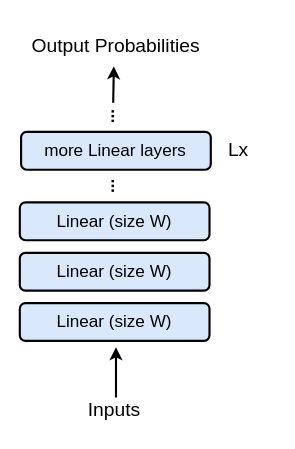
Before: assets/gptlite-cpp/benchmark_model.drawio in brunomaga/brunomaga.github.io, a draw.io diagram. Source tidied: cells renumbered, new cells numbered last; positions are measured from the earlier drawing's top-left corner, leaving out a move shared by most shapes. Both pictures are drawn from the tidied source at 107%, with x=0, y=0 at pixel (19, 18).
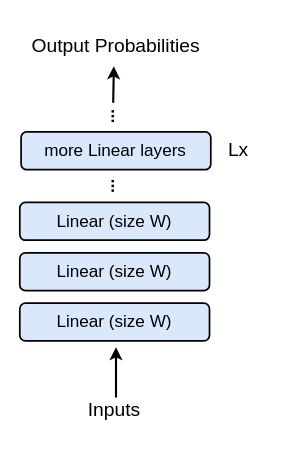
The same page after the edit.

What changed in the source:
```diff
@@
 <mxGraphModel>
   <root>
     <mxCell id="0" />
     <mxCell id="1" parent="0" />
     <mxCell id="2" style="group;fontSize=16;" parent="1" vertex="1">
       <mxGeometry width="240" height="386" as="geometry" />
     </mxCell>
-    <mxCell id="3" value="Linear (size W)" style="rounded=1;whiteSpace=wrap;html=1;fillColor=#dae8fc;strokeColor=#000000;strokeWidth=2;fontSize=16;" parent="2" vertex="1">
+    <mxCell id="3" value="Linear (size W)" style="rounded=1;whiteSpace=wrap;html=1;fillColor=#dae8fc;fontSize=16;strokeColor=#000000;strokeWidth=1.6;" parent="2" vertex="1">
       <mxGeometry y="218.8" width="177.3" height="35.3" as="geometry" />
     </mxCell>
     <mxCell id="4" value="Inputs" style="text;html=1;strokeColor=none;fillColor=none;align=center;verticalAlign=middle;whiteSpace=wrap;rounded=0;fontSize=18;" parent="2" vertex="1">
       <mxGeometry x="19" y="346.9" width="139.3" height="39" as="geometry" />
     </mxCell>
     <mxCell id="5" style="endArrow=classic;html=1;rounded=0;strokeWidth=2;fontSize=16;" parent="2" edge="1">
       <mxGeometry relative="1" as="geometry">
         <mxPoint x="89.9" y="354" as="sourcePoint" />
         <mxPoint x="89.9" y="307" as="targetPoint" />
       </mxGeometry>
     </mxCell>
-    <mxCell id="6" value="Linear (size W)" style="rounded=1;whiteSpace=wrap;html=1;fillColor=#dae8fc;strokeColor=#000000;strokeWidth=2;fontSize=16;" parent="2" vertex="1">
+    <mxCell id="6" value="Linear (size W)" style="rounded=1;whiteSpace=wrap;html=1;fillColor=#dae8fc;fontSize=16;strokeColor=#000000;strokeWidth=1.6;" parent="2" vertex="1">
       <mxGeometry y="265.8" width="177.3" height="35.3" as="geometry" />
     </mxCell>
-    <mxCell id="7" value="Linear (size W)" style="rounded=1;whiteSpace=wrap;html=1;fillColor=#dae8fc;strokeColor=#000000;strokeWidth=2;fontSize=16;" parent="2" vertex="1">
+    <mxCell id="7" value="Linear (size W)" style="rounded=1;whiteSpace=wrap;html=1;fillColor=#dae8fc;fontSize=16;strokeColor=#000000;strokeWidth=1.6;" parent="2" vertex="1">
       <mxGeometry y="171.7" width="177.3" height="35.3" as="geometry" />
     </mxCell>
     <mxCell id="8" value="Output Probabilities" style="text;html=1;strokeColor=none;fillColor=none;align=center;verticalAlign=middle;whiteSpace=wrap;rounded=0;fontSize=18;" parent="2" vertex="1">
       <mxGeometry x="6.1" y="8.5" width="167.5" height="35.3" as="geometry" />
     </mxCell>
     <mxCell id="9" style="endArrow=classic;html=1;rounded=0;strokeWidth=2;fontSize=16;" parent="2" edge="1">
       <mxGeometry relative="1" as="geometry">
         <mxPoint x="87.3" y="78.5" as="sourcePoint" />
         <mxPoint x="87.9" y="44.4" as="targetPoint" />
       </mxGeometry>
     </mxCell>
     <mxCell id="10" value="&lt;font style=&quot;font-size: 16px;&quot;&gt;&lt;b style=&quot;font-size: 16px;&quot;&gt;...&lt;/b&gt;&lt;/font&gt;" style="text;html=1;strokeColor=none;fillColor=none;align=center;verticalAlign=middle;whiteSpace=wrap;rounded=0;fontSize=16;rotation=-90;" parent="2" vertex="1">
       <mxGeometry x="47.3" y="138.8" width="70.9" height="35.3" as="geometry" />
     </mxCell>
-    <mxCell id="11" value="more Linear layers" style="rounded=1;whiteSpace=wrap;html=1;fillColor=#dae8fc;strokeColor=#000000;strokeWidth=2;fontSize=16;" parent="2" vertex="1">
+    <mxCell id="11" value="more Linear layers" style="rounded=1;whiteSpace=wrap;html=1;fillColor=#dae8fc;fontSize=16;strokeColor=#000000;strokeWidth=1.6;" parent="2" vertex="1">
       <mxGeometry x="1.2" y="105.8" width="177.3" height="35.3" as="geometry" />
     </mxCell>
     <mxCell id="12" value="&lt;font style=&quot;font-size: 16px;&quot;&gt;&lt;b style=&quot;font-size: 16px;&quot;&gt;...&lt;/b&gt;&lt;/font&gt;" style="text;html=1;strokeColor=none;fillColor=none;align=center;verticalAlign=middle;whiteSpace=wrap;rounded=0;fontSize=16;rotation=-90;" parent="2" vertex="1">
       <mxGeometry x="47.3" y="73.7" width="70.9" height="35.3" as="geometry" />
     </mxCell>
     <mxCell id="13" value="Lx" style="text;html=1;strokeColor=none;fillColor=none;align=center;verticalAlign=top;whiteSpace=wrap;rounded=0;fontSize=18;" parent="2" vertex="1">
       <mxGeometry x="169.1" y="105.8" width="70.9" height="35.3" as="geometry" />
     </mxCell>
   </root>
 </mxGraphModel>
```
